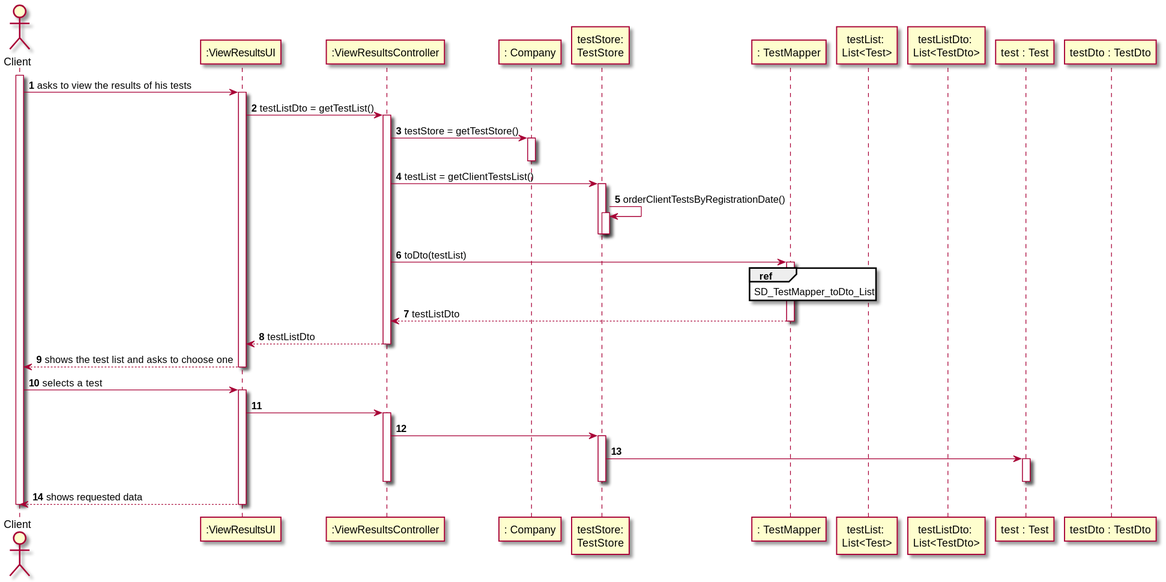
Above: docs/SprintD/US01/US1_SD.svg in manu-07-ela/LAPR2_ISEP (PlantUML), before the change. The source it was exported from:
```plantuml
@startuml
autonumber
actor "Client" as CL

participant ":ViewResultsUI" as UI
participant ":ViewResultsController" as CTRL
participant ": Company" as Comp
participant "testStore:\nTestStore" as TS
participant ": TestMapper" as tMAPPER
participant "testList: \nList<Test>" as LTestSA
participant "testListDto: \nList<TestDto>" as LTestSADTO
participant "test : Test" as TEST
participant "testDto : TestDto" as TESTDTO

activate CL
CL -> UI : asks to view the results of his tests
activate UI


UI -> CTRL : testListDto = getTestList()
activate CTRL
CTRL -> Comp : testStore = getTestStore()
activate Comp
deactivate Comp
CTRL -> TS : testList = getClientTestsList()
activate TS
TS -> TS : orderClientTestsByRegistrationDate()
activate TS
deactivate TS
deactivate TS
CTRL -> tMAPPER : toDto(testList)
activate tMAPPER
ref over tMAPPER
SD_TestMapper_toDto_List
end ref
tMAPPER --> CTRL : testListDto
deactivate tMAPPER
CTRL --> UI : testListDto
deactivate CTRL

UI --> CL : shows the test list and asks to choose one
deactivate UI

CL -> UI : selects a test
activate UI
UI -> CTRL
activate CTRL
CTRL -> TS
activate TS
TS -> TEST
activate TEST
deactivate TEST
deactivate TS
deactivate CTRL
deactivate CTRL

UI --> CL : shows requested data
deactivate UI
deactivate UI
deactivate CL

@enduml
```
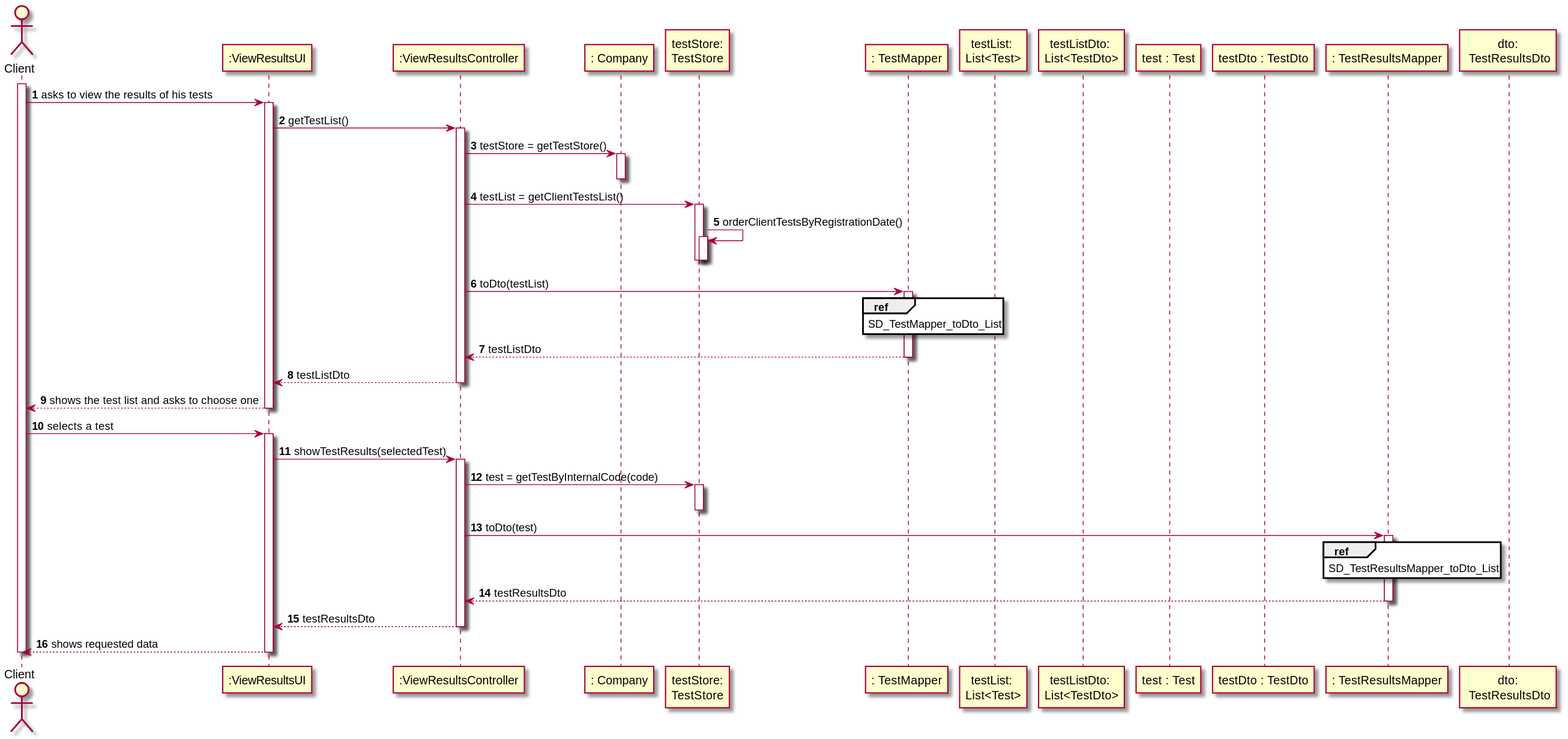
Later version of the same file.

Diff of the diagram source:
```diff
@@ -11,13 +11,15 @@
 participant "testListDto: \nList<TestDto>" as LTestSADTO
 participant "test : Test" as TEST
 participant "testDto : TestDto" as TESTDTO
+participant ": TestResultsMapper" as trMAPPER
+participant "dto:\n TestResultsDto" as TRDto
 
 activate CL
 CL -> UI : asks to view the results of his tests
 activate UI
 
 
-UI -> CTRL : testListDto = getTestList()
+UI -> CTRL : getTestList()
 activate CTRL
 CTRL -> Comp : testStore = getTestStore()
 activate Comp
@@ -43,17 +45,21 @@
 
 CL -> UI : selects a test
 activate UI
-UI -> CTRL
+UI -> CTRL : showTestResults(selectedTest)
 activate CTRL
-CTRL -> TS
+CTRL -> TS : test = getTestByInternalCode(code)
 activate TS
-TS -> TEST
-activate TEST
-deactivate TEST
 deactivate TS
+CTRL -> trMAPPER : toDto(test)
+activate trMAPPER
+ref over trMAPPER
+SD_TestResultsMapper_toDto_List
+end ref
+trMAPPER --> CTRL : testResultsDto
+deactivate trMAPPER
+CTRL --> UI : testResultsDto
 deactivate CTRL
 deactivate CTRL
-
 UI --> CL : shows requested data
 deactivate UI
 deactivate UI
```
